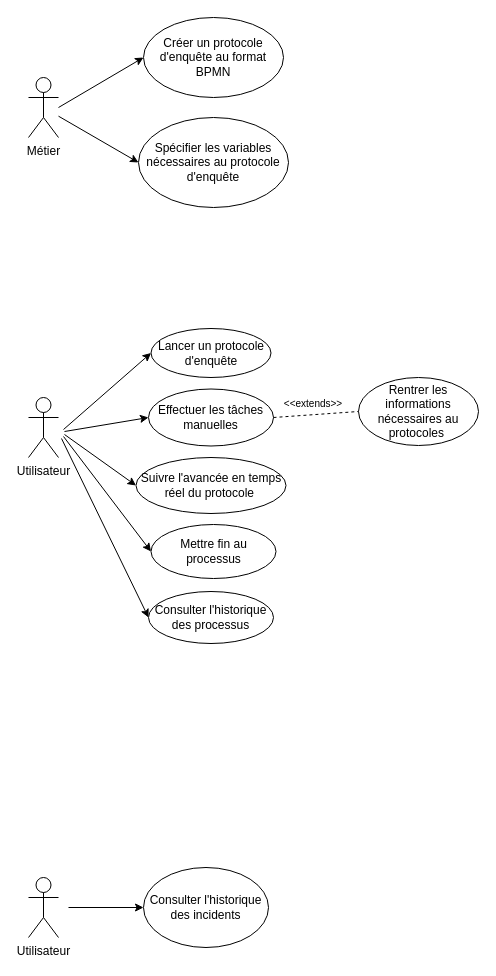
Earlier version of the draw.io diagram Untitled Diagram.drawio (MailineN/CrabeColemanAnnuaireDiagrams). Source tidied: cells renumbered, new cells numbered last; positions are measured from the earlier drawing's top-left corner, leaving out a move shared by most shapes. Both pictures are drawn from the tidied source at 100%, with x=0, y=0 at pixel (28, 17).
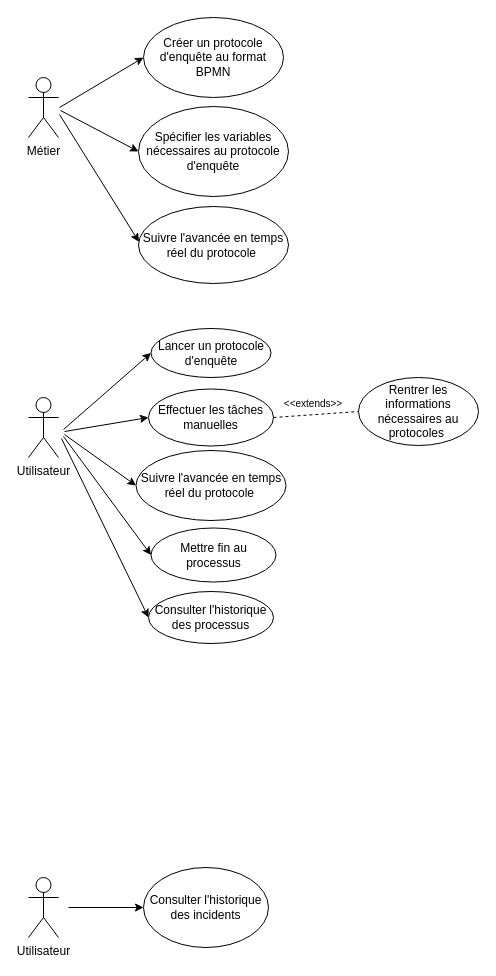
After the change.

Unchanged cells that the change refers to:
```xml
<mxCell id="2" value="Métier" style="shape=umlActor;verticalLabelPosition=bottom;verticalAlign=top;html=1;outlineConnect=0;" parent="1" vertex="1">
  <mxGeometry y="60" width="30" height="60" as="geometry" />
</mxCell>
<mxCell id="3" value="Créer un protocole d'enquête au format BPMN" style="ellipse;whiteSpace=wrap;html=1;" parent="1" vertex="1">
  <mxGeometry x="115" width="140" height="80" as="geometry" />
</mxCell>
```

What changed in the source:
```diff
@@
     <mxCell id="4" value="Spécifier les variables nécessaires au protocole d'enquête" style="ellipse;whiteSpace=wrap;html=1;" parent="1" vertex="1">
-      <mxGeometry x="110" y="100" width="150" height="90" as="geometry" />
+      <mxGeometry x="110" y="89" width="150" height="90" as="geometry" />
     </mxCell>
     <mxCell id="5" style="endArrow=classic;html=1;rounded=0;entryX=0;entryY=0.5;entryDx=0;entryDy=0;" parent="1" edge="1" target="3">
       <mxGeometry relative="1" as="geometry">
-        <mxPoint x="30" y="90" as="sourcePoint" />
+        <mxPoint x="31" y="90" as="sourcePoint" />
       </mxGeometry>
     </mxCell>
-    <mxCell id="6" style="endArrow=classic;html=1;rounded=0;entryX=0;entryY=0.5;entryDx=0;entryDy=0;" parent="1" edge="1" source="2" target="4">
-      <mxGeometry relative="1" as="geometry" />
+    <mxCell id="6" style="endArrow=classic;html=1;rounded=0;entryX=0;entryY=0.5;entryDx=0;entryDy=0;" parent="1" edge="1" target="4">
+      <mxGeometry relative="1" as="geometry">
+        <mxPoint x="32" y="93" as="sourcePoint" />
+      </mxGeometry>
     </mxCell>
@@
     <mxCell id="10" value="Suivre l'avancée en temps réel du protocole&amp;nbsp;" style="ellipse;whiteSpace=wrap;html=1;" parent="1" vertex="1">
-      <mxGeometry x="107.5" y="440" width="150" height="56" as="geometry" />
+      <mxGeometry x="107.5" y="433" width="150" height="70" as="geometry" />
     </mxCell>
@@
     <mxCell id="12" value="Mettre fin au processus" style="ellipse;whiteSpace=wrap;html=1;" parent="1" vertex="1">
-      <mxGeometry x="122.5" y="507" width="125" height="54" as="geometry" />
+      <mxGeometry x="122.5" y="510.5" width="125" height="54" as="geometry" />
     </mxCell>
@@
+    <mxCell id="24" value="Suivre l'avancée en temps réel du protocole&amp;nbsp;" style="ellipse;whiteSpace=wrap;html=1;" parent="1" vertex="1">
+      <mxGeometry x="110" y="189" width="150" height="77" as="geometry" />
+    </mxCell>
+    <mxCell id="25" style="endArrow=classic;html=1;rounded=0;entryX=0.003;entryY=0.459;entryDx=0;entryDy=0;entryPerimeter=0;" parent="1" edge="1" target="24">
+      <mxGeometry relative="1" as="geometry">
+        <mxPoint x="31" y="97" as="sourcePoint" />
+      </mxGeometry>
+    </mxCell>
```
